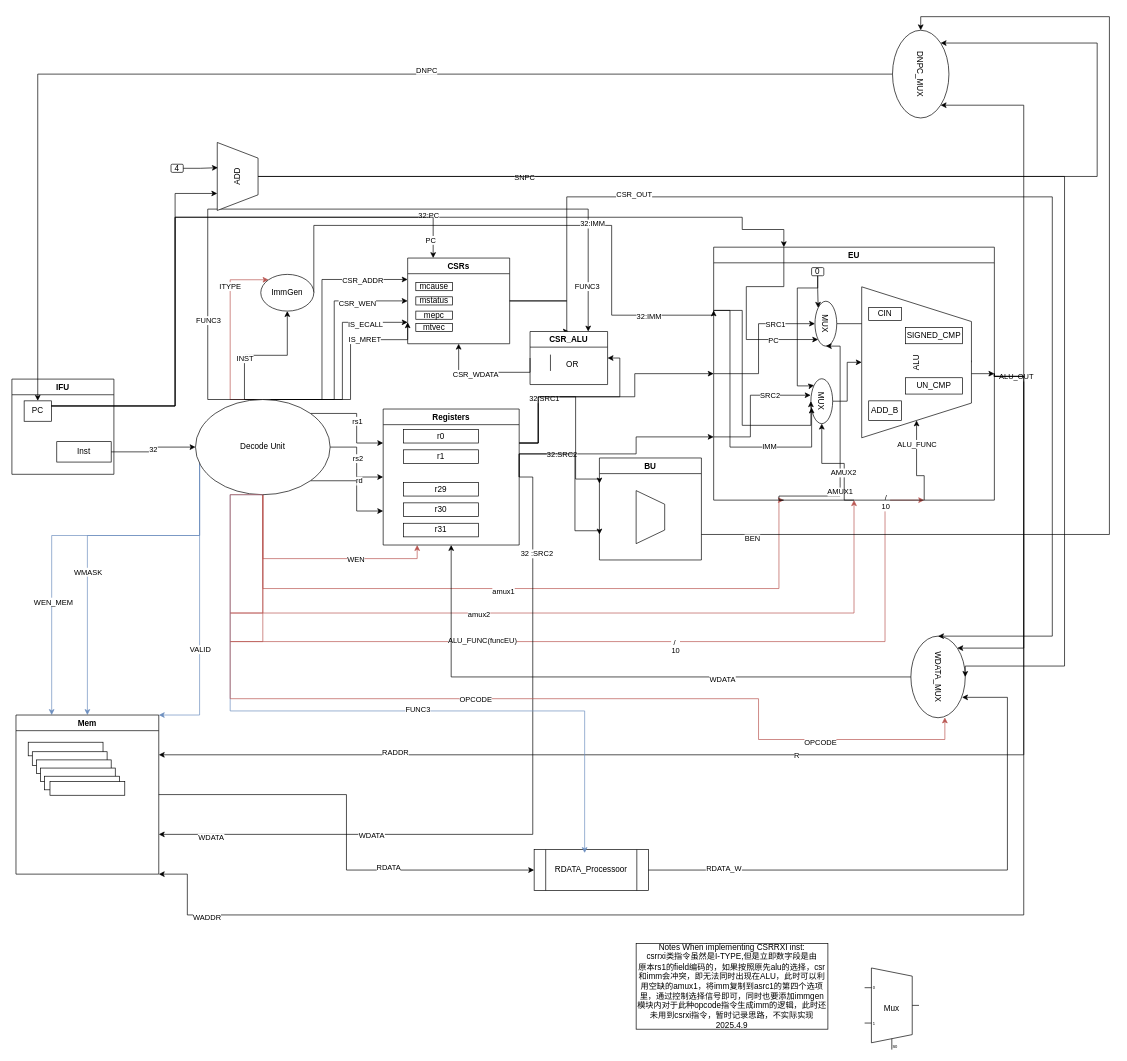
rand-kcs/cpu-design keeps this draw.io diagram as page "第 1 页" (1 of 3) of cpu.drawio. Above is the earlier version. Source tidied: cells renumbered, new cells numbered last; positions are measured from the earlier drawing's top-left corner, leaving out a move shared by most shapes. Both pictures are drawn from the tidied source at 68%, with x=0, y=0 at pixel (12, 16).
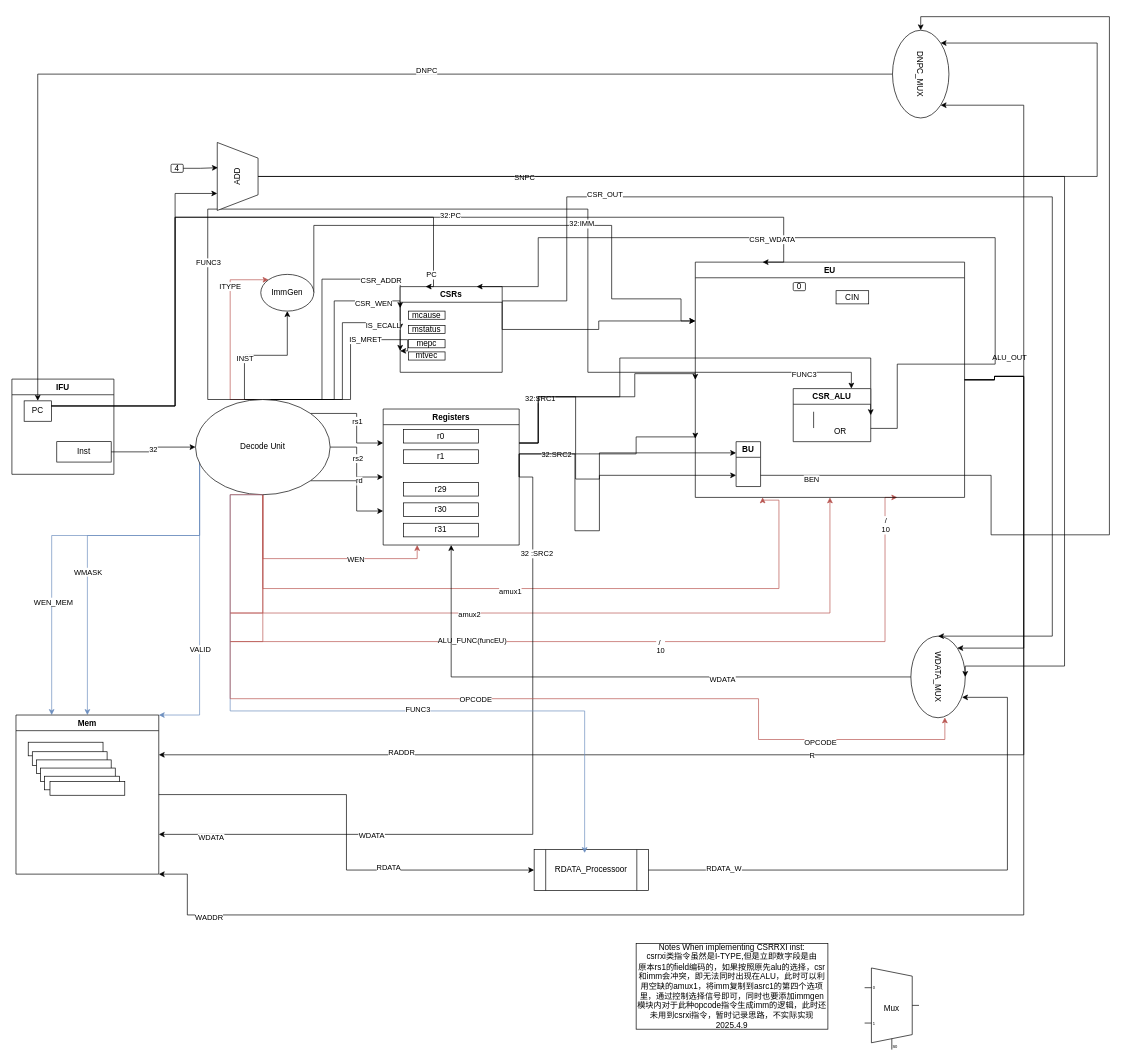
Above is the later version.

Unchanged cells that the change refers to:
```xml
<mxCell id="3" value="PC" style="rounded=0;whiteSpace=wrap;html=1;" parent="2" vertex="1">
  <mxGeometry x="18" y="32" width="40" height="30" as="geometry" />
</mxCell>
<mxCell id="42" value="Decode Unit" style="ellipse;whiteSpace=wrap;html=1;" parent="1" vertex="1">
  <mxGeometry x="270" y="563" width="198" height="140" as="geometry" />
</mxCell>
<mxCell id="74" value="ImmGen" style="ellipse;whiteSpace=wrap;html=1;" parent="1" vertex="1">
  <mxGeometry x="366" y="379" width="78" height="54" as="geometry" />
</mxCell>
<mxCell id="88" value="0" style="rounded=1;whiteSpace=wrap;html=1;" parent="82" vertex="1">
  <mxGeometry x="144" y="30" width="18" height="12" as="geometry" />
</mxCell>
<mxCell id="126" value="DNPC_MUX" style="ellipse;whiteSpace=wrap;html=1;rotation=90;" parent="1" vertex="1">
  <mxGeometry x="1272" y="43" width="129" height="83" as="geometry" />
</mxCell>
```

The edit, as a diff of the source:
```diff
@@
     <mxCell id="35" style="edgeStyle=orthogonalEdgeStyle;rounded=0;jettySize=auto;html=1;exitX=0.5;exitY=0;exitDx=0;exitDy=0;entryX=0.75;entryY=0;entryDx=0;entryDy=0;" parent="1" edge="1" source="42" target="150">
       <mxGeometry relative="1" as="geometry">
         <Array as="points">
           <mxPoint x="288" y="563" />
           <mxPoint x="288" y="283" />
           <mxPoint x="847" y="283" />
+          <mxPoint x="847" y="523" />
+          <mxPoint x="1235" y="523" />
         </Array>
       </mxGeometry>
     </mxCell>
@@
     <mxCell id="71" style="edgeStyle=orthogonalEdgeStyle;rounded=0;jettySize=auto;html=1;exitX=1;exitY=0.5;exitDx=0;exitDy=0;entryX=0;entryY=0.25;entryDx=0;entryDy=0;" parent="1" edge="1" source="74" target="82">
       <mxGeometry relative="1" as="geometry">
         <Array as="points">
           <mxPoint x="444" y="307" />
           <mxPoint x="882" y="307" />
-          <mxPoint x="882" y="439" />
-          <mxPoint x="1032" y="439" />
+          <mxPoint x="882" y="415" />
+          <mxPoint x="984" y="415" />
+          <mxPoint x="984" y="448" />
         </Array>
       </mxGeometry>
     </mxCell>
@@
-    <mxCell id="73" value="32:IMM" style="edgeLabel;html=1;align=center;verticalAlign=middle;" parent="71" vertex="1">
-      <mxGeometry x="0.75" y="-1" relative="1" as="geometry" />
-    </mxCell>
@@
     <mxCell id="82" value="EU" style="swimlane;whiteSpace=wrap;html=1;" parent="1" vertex="1">
-      <mxGeometry x="1032" y="339" width="412.8" height="372" as="geometry" />
+      <mxGeometry x="1005" y="361" width="396" height="346" as="geometry" />
     </mxCell>
-    <mxCell id="83" style="edgeStyle=orthogonalEdgeStyle;rounded=0;jettySize=auto;html=1;exitX=0.5;exitY=0;exitDx=0;exitDy=0;entryX=0.75;entryY=0;entryDx=0;entryDy=0;" parent="82" edge="1" source="84" target="86">
-      <mxGeometry relative="1" as="geometry">
-        <Array as="points">
-          <mxPoint x="228" y="113" />
-          <mxPoint x="228" y="114" />
-        </Array>
-      </mxGeometry>
-    </mxCell>
-    <mxCell id="84" value="MUX" style="ellipse;whiteSpace=wrap;html=1;rotation=90;" parent="82" vertex="1">
-      <mxGeometry x="132" y="96.5" width="66" height="32" as="geometry" />
-    </mxCell>
-    <mxCell id="85" style="edgeStyle=orthogonalEdgeStyle;rounded=0;jettySize=auto;html=1;exitX=0.5;exitY=1;exitDx=0;exitDy=0;entryX=1;entryY=0.5;entryDx=0;entryDy=0;" parent="82" edge="1" source="86" target="82">
-      <mxGeometry relative="1" as="geometry">
-        <Array as="points">
-          <mxPoint x="354" y="167" />
-          <mxPoint x="354" y="186" />
-        </Array>
-      </mxGeometry>
-    </mxCell>
-    <mxCell id="86" value="ALU" style="verticalLabelPosition=middle;verticalAlign=middle;html=1;shape=trapezoid;perimeter=trapezoidPerimeter;whiteSpace=wrap;size=0.23;arcSize=10;flipV=1;labelPosition=center;align=center;rotation=-90;" parent="82" vertex="1">
-      <mxGeometry x="187.4" y="88.6" width="222" height="161.4" as="geometry" />
-    </mxCell>
-    <mxCell id="87" style="edgeStyle=orthogonalEdgeStyle;rounded=0;jettySize=auto;html=1;exitX=0.5;exitY=1;exitDx=0;exitDy=0;entryX=0;entryY=1;entryDx=0;entryDy=0;" parent="82" edge="1" source="88" target="84">
-      <mxGeometry relative="1" as="geometry" />
-    </mxCell>
@@
-    <mxCell id="89" style="edgeStyle=orthogonalEdgeStyle;rounded=0;jettySize=auto;html=1;" parent="82" edge="1" source="90" target="86">
-      <mxGeometry relative="1" as="geometry" />
-    </mxCell>
-    <mxCell id="90" value="MUX" style="ellipse;whiteSpace=wrap;html=1;rotation=90;" parent="82" vertex="1">
-      <mxGeometry x="126" y="210.5" width="66" height="32" as="geometry" />
-    </mxCell>
-    <mxCell id="91" style="edgeStyle=orthogonalEdgeStyle;rounded=0;jettySize=auto;html=1;exitX=0.25;exitY=1;exitDx=0;exitDy=0;entryX=1;entryY=0.5;entryDx=0;entryDy=0;" parent="82" edge="1" source="82" target="84">
-      <mxGeometry relative="1" as="geometry">
-        <Array as="points">
-          <mxPoint x="96" y="372" />
-          <mxPoint x="96" y="366" />
-          <mxPoint x="186" y="366" />
-          <mxPoint x="186" y="146" />
-        </Array>
-      </mxGeometry>
-    </mxCell>
-    <mxCell id="92" value="AMUX1" style="edgeLabel;html=1;align=center;verticalAlign=middle;" parent="91" vertex="1">
-      <mxGeometry x="-0.37" y="1" relative="1" as="geometry">
-        <mxPoint y="-1" as="offset" />
-      </mxGeometry>
-    </mxCell>
-    <mxCell id="93" style="edgeStyle=orthogonalEdgeStyle;rounded=0;jettySize=auto;html=1;exitX=0.5;exitY=1;exitDx=0;exitDy=0;entryX=1;entryY=0.5;entryDx=0;entryDy=0;" parent="82" edge="1" source="82" target="90">
-      <mxGeometry relative="1" as="geometry">
-        <Array as="points">
-          <mxPoint x="192" y="318" />
-          <mxPoint x="159" y="318" />
-        </Array>
-      </mxGeometry>
-    </mxCell>
-    <mxCell id="94" value="AMUX2" style="edgeLabel;html=1;align=center;verticalAlign=middle;" parent="93" vertex="1">
-      <mxGeometry x="-0.31" y="1" relative="1" as="geometry">
-        <mxPoint x="-1" as="offset" />
-      </mxGeometry>
-    </mxCell>
-    <mxCell id="95" style="edgeStyle=orthogonalEdgeStyle;rounded=0;jettySize=auto;html=1;exitX=0.75;exitY=1;exitDx=0;exitDy=0;entryX=0;entryY=0.5;entryDx=0;entryDy=0;" parent="82" edge="1" source="82" target="86">
-      <mxGeometry relative="1" as="geometry">
-        <Array as="points">
-          <mxPoint x="310" y="336" />
-          <mxPoint x="298" y="336" />
-        </Array>
-      </mxGeometry>
-    </mxCell>
-    <mxCell id="96" value="ALU_FUNC" style="edgeLabel;html=1;align=center;verticalAlign=middle;" parent="95" vertex="1">
-      <mxGeometry x="0.46" relative="1" as="geometry" />
-    </mxCell>
-    <mxCell id="97" style="edgeStyle=orthogonalEdgeStyle;rounded=0;jettySize=auto;html=1;exitX=0;exitY=0.5;exitDx=0;exitDy=0;entryX=0.5;entryY=1;entryDx=0;entryDy=0;" parent="82" edge="1" source="82" target="84">
-      <mxGeometry relative="1" as="geometry">
-        <Array as="points">
-          <mxPoint x="66" y="186" />
-          <mxPoint x="66" y="113" />
-        </Array>
-      </mxGeometry>
-    </mxCell>
-    <mxCell id="98" value="SRC1" style="edgeLabel;html=1;align=center;verticalAlign=middle;" parent="97" vertex="1">
-      <mxGeometry x="0.47" y="-1" relative="1" as="geometry" />
-    </mxCell>
-    <mxCell id="99" style="edgeStyle=orthogonalEdgeStyle;rounded=0;jettySize=auto;html=1;exitX=0.25;exitY=0;exitDx=0;exitDy=0;entryX=1;entryY=1;entryDx=0;entryDy=0;" parent="82" edge="1" source="82" target="84">
-      <mxGeometry relative="1" as="geometry">
-        <Array as="points">
-          <mxPoint x="103" y="58" />
-          <mxPoint x="48" y="58" />
-          <mxPoint x="48" y="136" />
-        </Array>
-      </mxGeometry>
-    </mxCell>
-    <mxCell id="100" value="PC" style="edgeLabel;html=1;align=center;verticalAlign=middle;" parent="99" vertex="1">
-      <mxGeometry x="0.56" y="-1" relative="1" as="geometry" />
-    </mxCell>
-    <mxCell id="101" style="edgeStyle=orthogonalEdgeStyle;rounded=0;jettySize=auto;html=1;exitX=0.5;exitY=1;exitDx=0;exitDy=0;entryX=0;entryY=1;entryDx=0;entryDy=0;" parent="82" edge="1" source="88" target="90">
-      <mxGeometry relative="1" as="geometry">
-        <Array as="points">
-          <mxPoint x="153" y="60" />
-          <mxPoint x="123" y="60" />
-          <mxPoint x="123" y="204" />
-          <mxPoint x="143" y="204" />
-          <mxPoint x="143" y="203" />
-        </Array>
-      </mxGeometry>
-    </mxCell>
-    <mxCell id="102" style="edgeStyle=orthogonalEdgeStyle;rounded=0;jettySize=auto;html=1;exitX=0;exitY=0.75;exitDx=0;exitDy=0;entryX=0.367;entryY=1.013;entryDx=0;entryDy=0;entryPerimeter=0;" parent="82" edge="1" source="82" target="90">
-      <mxGeometry relative="1" as="geometry">
-        <Array as="points">
-          <mxPoint x="54" y="279" />
-          <mxPoint x="54" y="218" />
-        </Array>
-      </mxGeometry>
-    </mxCell>
-    <mxCell id="103" value="SRC2" style="edgeLabel;html=1;align=center;verticalAlign=middle;" parent="102" vertex="1">
-      <mxGeometry x="0.41" y="-1" relative="1" as="geometry" />
-    </mxCell>
-    <mxCell id="104" style="edgeStyle=orthogonalEdgeStyle;rounded=0;jettySize=auto;html=1;exitX=0;exitY=0.25;exitDx=0;exitDy=0;entryX=0.641;entryY=0.967;entryDx=0;entryDy=0;entryPerimeter=0;" parent="82" edge="1" source="82" target="90">
-      <mxGeometry relative="1" as="geometry">
-        <Array as="points">
-          <mxPoint x="24" y="93" />
-          <mxPoint x="24" y="294" />
-          <mxPoint x="144" y="294" />
-        </Array>
-      </mxGeometry>
-    </mxCell>
-    <mxCell id="105" value="IMM" style="edgeLabel;html=1;align=center;verticalAlign=middle;" parent="104" vertex="1">
-      <mxGeometry x="0.4" y="1" relative="1" as="geometry" />
-    </mxCell>
     <mxCell id="106" value="CIN" style="rounded=0;whiteSpace=wrap;html=1;" parent="82" vertex="1">
-      <mxGeometry x="228" y="88.6" width="48" height="19.4" as="geometry" />
+      <mxGeometry x="207" y="42" width="48" height="19.4" as="geometry" />
     </mxCell>
-    <mxCell id="107" value="ADD_B" style="rounded=0;whiteSpace=wrap;html=1;" parent="82" vertex="1">
-      <mxGeometry x="228" y="226" width="48" height="28.7" as="geometry" />
-    </mxCell>
-    <mxCell id="108" value="UN_CMP" style="rounded=0;whiteSpace=wrap;html=1;" parent="82" vertex="1">
-      <mxGeometry x="282" y="192" width="84" height="24" as="geometry" />
-    </mxCell>
-    <mxCell id="109" value="SIGNED_CMP" style="rounded=0;whiteSpace=wrap;html=1;" parent="82" vertex="1">
-      <mxGeometry x="282" y="118" width="84" height="24" as="geometry" />
-    </mxCell>
-    <mxCell id="110" style="edgeStyle=orthogonalEdgeStyle;rounded=0;jettySize=auto;html=1;exitX=0;exitY=0.25;exitDx=0;exitDy=0;entryX=0.5;entryY=1;entryDx=0;entryDy=0;" parent="82" edge="1" source="82" target="90">
-      <mxGeometry relative="1" as="geometry">
-        <Array as="points">
-          <mxPoint x="42" y="93" />
-          <mxPoint x="42" y="262" />
-          <mxPoint x="143" y="262" />
-        </Array>
-      </mxGeometry>
-    </mxCell>
+    <mxCell id="137" value="BU" style="swimlane;whiteSpace=wrap;html=1;" parent="82" vertex="1">
+      <mxGeometry x="60" y="264" width="36" height="66" as="geometry" />
+    </mxCell>
+    <mxCell id="150" value="CSR_ALU" style="swimlane;whiteSpace=wrap;html=1;" parent="82" vertex="1">
+      <mxGeometry x="144" y="186" width="114" height="78" as="geometry" />
+    </mxCell>
+    <mxCell id="151" style="endArrow=none;html=1;rounded=0;" parent="150" edge="1">
+      <mxGeometry relative="1" as="geometry">
+        <mxPoint x="30" y="58" as="sourcePoint" />
+        <mxPoint x="30" y="34" as="targetPoint" />
+      </mxGeometry>
+    </mxCell>
+    <mxCell id="152" value="OR" style="text;html=1;align=center;verticalAlign=middle;strokeColor=none;fillColor=none;" parent="150" vertex="1">
+      <mxGeometry x="48" y="48" width="42" height="30" as="geometry" />
+    </mxCell>
     <mxCell id="111" style="edgeStyle=orthogonalEdgeStyle;rounded=0;jettySize=auto;html=1;exitX=1;exitY=0.25;exitDx=0;exitDy=0;entryX=0.25;entryY=0;entryDx=0;entryDy=0;" parent="1" edge="1" source="3" target="82">
       <mxGeometry relative="1" as="geometry">
         <Array as="points">
-          <mxPoint x="240" y="572" />
+          <mxPoint x="240" y="573" />
           <mxPoint x="240" y="295" />
-          <mxPoint x="1074" y="295" />
-          <mxPoint x="1074" y="313" />
-          <mxPoint x="1135" y="313" />
+          <mxPoint x="1135" y="295" />
+          <mxPoint x="1135" y="361" />
         </Array>
       </mxGeometry>
     </mxCell>
@@
     <mxCell id="135" style="edgeStyle=orthogonalEdgeStyle;rounded=0;jettySize=auto;html=1;exitX=1;exitY=0.75;exitDx=0;exitDy=0;entryX=0;entryY=0.5;entryDx=0;entryDy=0;" parent="1" edge="1" source="137" target="126">
       <mxGeometry relative="1" as="geometry">
         <Array as="points">
+          <mxPoint x="1440" y="675" />
+          <mxPoint x="1440" y="762" />
           <mxPoint x="1614" y="762" />
           <mxPoint x="1614" />
           <mxPoint x="1337" />
         </Array>
       </mxGeometry>
     </mxCell>
@@
-    <mxCell id="137" value="BU" style="swimlane;whiteSpace=wrap;html=1;" parent="1" vertex="1">
-      <mxGeometry x="864" y="649" width="150" height="150" as="geometry" />
-    </mxCell>
-    <mxCell id="138" style="shape=trapezoid;perimeter=trapezoidPerimeter;whiteSpace=wrap;html=1;fixedSize=1;rotation=90;" parent="137" vertex="1">
-      <mxGeometry x="36" y="66" width="78" height="42" as="geometry" />
-    </mxCell>
@@
-    <mxCell id="141" style="edgeStyle=orthogonalEdgeStyle;rounded=0;jettySize=auto;html=1;exitX=1;exitY=0.5;exitDx=0;exitDy=0;entryX=0.5;entryY=0;entryDx=0;entryDy=0;" parent="1" edge="1" source="142" target="150">
-      <mxGeometry relative="1" as="geometry">
-        <Array as="points">
-          <mxPoint x="816" y="418" />
-          <mxPoint x="816" y="463" />
-        </Array>
-      </mxGeometry>
-    </mxCell>
+    <mxCell id="155" style="edgeStyle=orthogonalEdgeStyle;rounded=0;jettySize=auto;html=1;exitX=1;exitY=0.5;exitDx=0;exitDy=0;entryX=0;entryY=0.25;entryDx=0;entryDy=0;" parent="1" edge="1" source="142" target="82">
+      <mxGeometry relative="1" as="geometry" />
+    </mxCell>
     <mxCell id="142" value="CSRs" style="swimlane;whiteSpace=wrap;html=1;" parent="1" vertex="1">
-      <mxGeometry x="582" y="355" width="150" height="126" as="geometry" />
+      <mxGeometry x="571" y="397" width="150" height="126" as="geometry" />
     </mxCell>
@@
-    <mxCell id="148" style="edgeStyle=orthogonalEdgeStyle;rounded=0;jettySize=auto;html=1;exitX=0;exitY=0.5;exitDx=0;exitDy=0;entryX=0.5;entryY=1;entryDx=0;entryDy=0;" parent="1" edge="1" source="150" target="142">
+    <mxCell id="148" style="edgeStyle=orthogonalEdgeStyle;rounded=0;jettySize=auto;html=1;exitX=1;exitY=0.75;exitDx=0;exitDy=0;entryX=0.75;entryY=0;entryDx=0;entryDy=0;" parent="1" edge="1" source="150" target="142">
       <mxGeometry relative="1" as="geometry">
         <Array as="points">
-          <mxPoint x="762" y="523" />
-          <mxPoint x="657" y="523" />
+          <mxPoint x="1302" y="606" />
+          <mxPoint x="1302" y="511" />
+          <mxPoint x="1446" y="511" />
+          <mxPoint x="1446" y="325" />
+          <mxPoint x="774" y="325" />
+          <mxPoint x="774" y="397" />
         </Array>
       </mxGeometry>
     </mxCell>
@@
-    <mxCell id="150" value="CSR_ALU" style="swimlane;whiteSpace=wrap;html=1;" parent="1" vertex="1">
-      <mxGeometry x="762" y="463" width="114" height="78" as="geometry" />
-    </mxCell>
-    <mxCell id="151" style="endArrow=none;html=1;rounded=0;" parent="150" edge="1">
-      <mxGeometry relative="1" as="geometry">
-        <mxPoint x="30" y="58" as="sourcePoint" />
-        <mxPoint x="30" y="34" as="targetPoint" />
-      </mxGeometry>
-    </mxCell>
-    <mxCell id="152" value="OR" style="text;html=1;align=center;verticalAlign=middle;strokeColor=none;fillColor=none;" parent="1" vertex="1">
-      <mxGeometry x="803" y="497" width="42" height="30" as="geometry" />
-    </mxCell>
```
